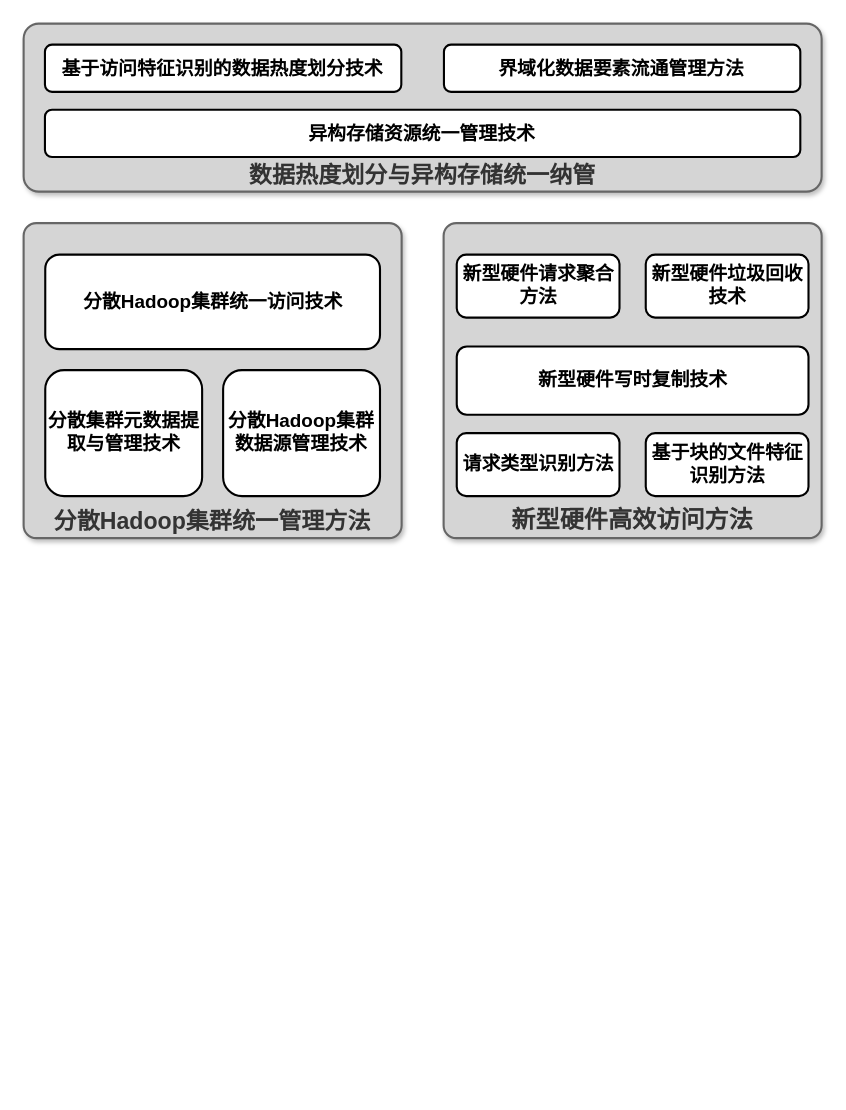
The draw.io diagram page "第 3 页" (3 of 3) of UML/分布式缓存.drawio in wangjq4214/draw.io, before the edit. Source tidied: cells renumbered, new cells numbered last; positions are measured from the earlier drawing's top-left corner, leaving out a move shared by most shapes. Both pictures are drawn from the tidied source at 105%, with x=0, y=0 at pixel (23, 23).
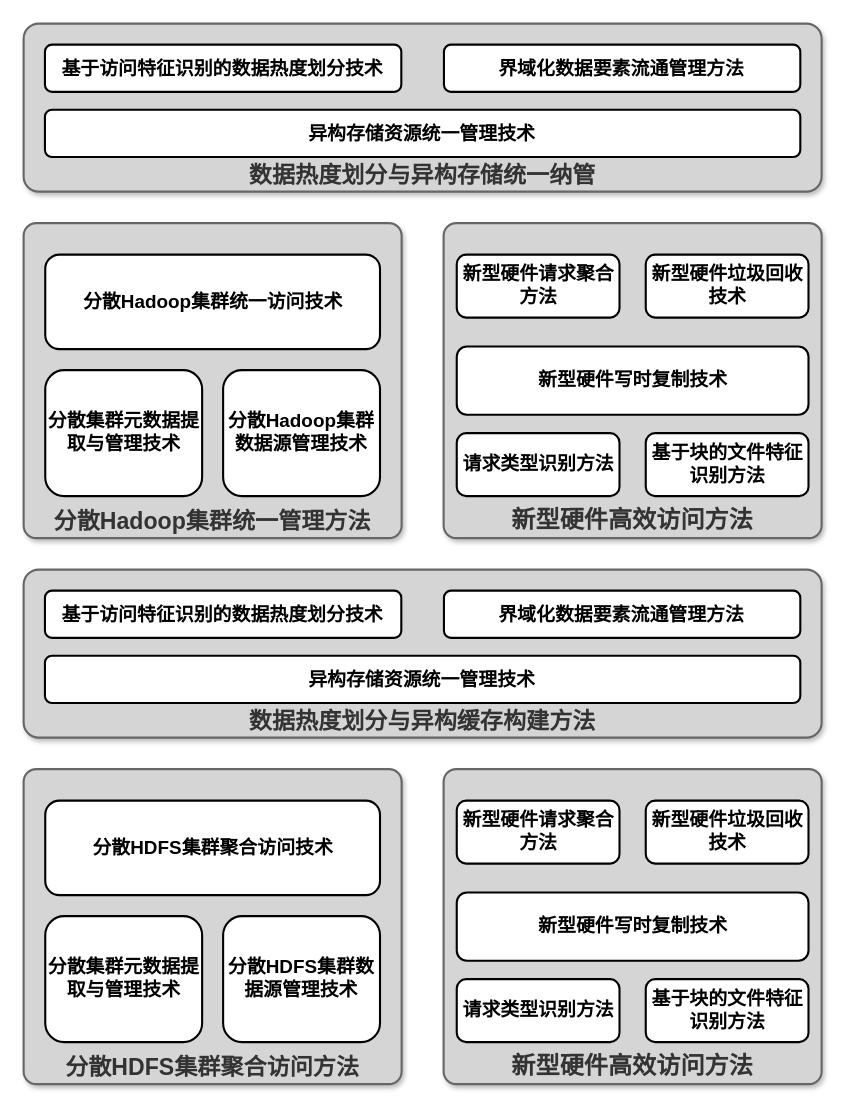
After the change.

Commit message:
更新分布式缓存.drawio

Diff of the diagram source:
```diff
@@
+    <mxCell id="16" value="&lt;b style=&quot;font-size: 22px;&quot;&gt;分散HDFS集群聚合访问方法&lt;/b&gt;" style="rounded=1;whiteSpace=wrap;html=1;fontSize=22;verticalAlign=bottom;fillColor=#D5D5D5;strokeColor=#666666;fontColor=#333333;strokeWidth=2;shadow=1;arcSize=4;" parent="1" vertex="1">
+      <mxGeometry y="710" width="360" height="300" as="geometry" />
+    </mxCell>
+    <mxCell id="17" value="&lt;b style=&quot;font-size: 22px;&quot;&gt;数据热度划分与异构缓存构建方法&lt;/b&gt;" style="rounded=1;whiteSpace=wrap;html=1;strokeWidth=2;fillColor=#D5D5D5;fontColor=#333333;strokeColor=#666666;shadow=1;fontSize=22;verticalAlign=bottom;arcSize=9;" parent="1" vertex="1">
+      <mxGeometry y="520" width="760" height="160" as="geometry" />
+    </mxCell>
+    <mxCell id="18" value="&lt;b&gt;新型硬件高效访问方法&lt;/b&gt;" style="rounded=1;whiteSpace=wrap;html=1;fontSize=23;verticalAlign=bottom;fillColor=#D5D5D5;strokeColor=#666666;fontColor=#333333;strokeWidth=2;shadow=1;arcSize=4;" parent="1" vertex="1">
+      <mxGeometry x="400" y="710" width="360" height="300" as="geometry" />
+    </mxCell>
+    <mxCell id="19" value="请求类型识别方法" style="rounded=1;whiteSpace=wrap;html=1;fontStyle=1;fontSize=18;strokeWidth=2;" parent="1" vertex="1">
+      <mxGeometry x="412.5" y="910" width="155" height="60" as="geometry" />
+    </mxCell>
+    <mxCell id="20" value="基于块的文件特征识别方法" style="rounded=1;whiteSpace=wrap;html=1;fontStyle=1;fontSize=18;strokeWidth=2;" parent="1" vertex="1">
+      <mxGeometry x="592.5" y="910" width="155" height="60" as="geometry" />
+    </mxCell>
+    <mxCell id="21" value="新型硬件写时复制技术" style="rounded=1;whiteSpace=wrap;html=1;fontStyle=1;fontSize=18;strokeWidth=2;" parent="1" vertex="1">
+      <mxGeometry x="412.5" y="827.5" width="335" height="65" as="geometry" />
+    </mxCell>
+    <mxCell id="22" value="新型硬件请求聚合方法" style="rounded=1;whiteSpace=wrap;html=1;fontStyle=1;fontSize=18;strokeWidth=2;" parent="1" vertex="1">
+      <mxGeometry x="412.5" y="740" width="155" height="60" as="geometry" />
+    </mxCell>
+    <mxCell id="23" value="新型硬件垃圾回收技术" style="rounded=1;whiteSpace=wrap;html=1;fontStyle=1;fontSize=18;strokeWidth=2;" parent="1" vertex="1">
+      <mxGeometry x="592.5" y="740" width="155" height="60" as="geometry" />
+    </mxCell>
+    <mxCell id="24" value="分散集群元数据提取与管理技术" style="rounded=1;whiteSpace=wrap;html=1;fontStyle=1;fontSize=18;strokeWidth=2;" parent="1" vertex="1">
+      <mxGeometry x="20.6" y="850" width="149.4" height="120" as="geometry" />
+    </mxCell>
+    <mxCell id="25" value="分散HDFS集群数据源管理技术" style="rounded=1;whiteSpace=wrap;html=1;fontStyle=1;fontSize=18;strokeWidth=2;" parent="1" vertex="1">
+      <mxGeometry x="190" y="850" width="149.4" height="120" as="geometry" />
+    </mxCell>
+    <mxCell id="26" value="分散HDFS集群聚合访问技术" style="rounded=1;whiteSpace=wrap;html=1;fontStyle=1;fontSize=18;strokeWidth=2;" parent="1" vertex="1">
+      <mxGeometry x="20.6" y="740" width="318.8" height="90" as="geometry" />
+    </mxCell>
+    <mxCell id="27" value="异构存储资源统一管理技术" style="rounded=1;whiteSpace=wrap;html=1;fontStyle=1;fontSize=18;strokeWidth=2;" parent="1" vertex="1">
+      <mxGeometry x="20.3" y="602" width="719.4" height="45" as="geometry" />
+    </mxCell>
+    <mxCell id="28" value="基于访问特征识别的数据热度划分技术" style="rounded=1;whiteSpace=wrap;html=1;fontStyle=1;fontSize=18;strokeWidth=2;" parent="1" vertex="1">
+      <mxGeometry x="20.3" y="540" width="339.4" height="45" as="geometry" />
+    </mxCell>
+    <mxCell id="29" value="界域化数据要素流通管理方法" style="rounded=1;whiteSpace=wrap;html=1;fontStyle=1;fontSize=18;strokeWidth=2;" parent="1" vertex="1">
+      <mxGeometry x="400.3" y="540" width="339.4" height="45" as="geometry" />
+    </mxCell>
```
